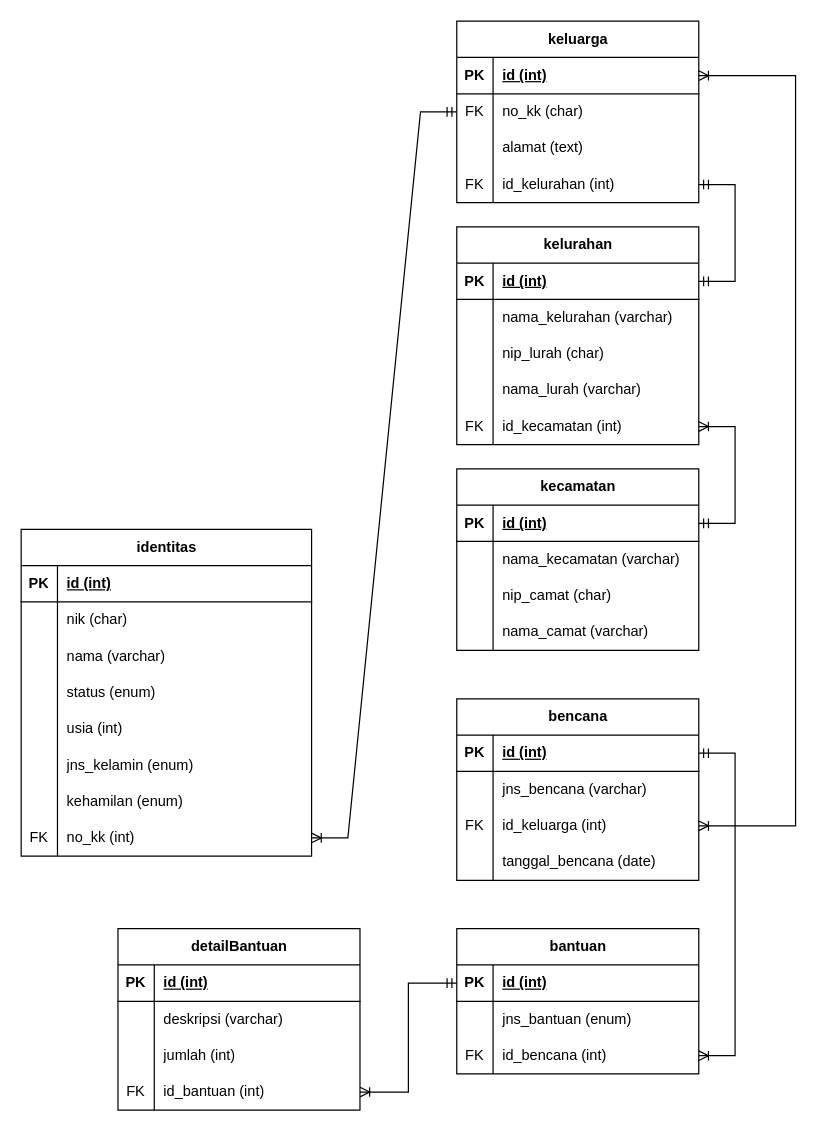
This is Dokumen Dasar/ERD.drawio from febrizuladhari/SuratBencana_TAGANA-Linjamsos-DinasSosial-MSIB6, a draw.io file, before an edit. Source tidied: cells renumbered, new cells numbered last; positions are measured from the earlier drawing's top-left corner, leaving out a move shared by most shapes. Both pictures are drawn from the tidied source at 121%, with x=0, y=0 at pixel (21, 21).
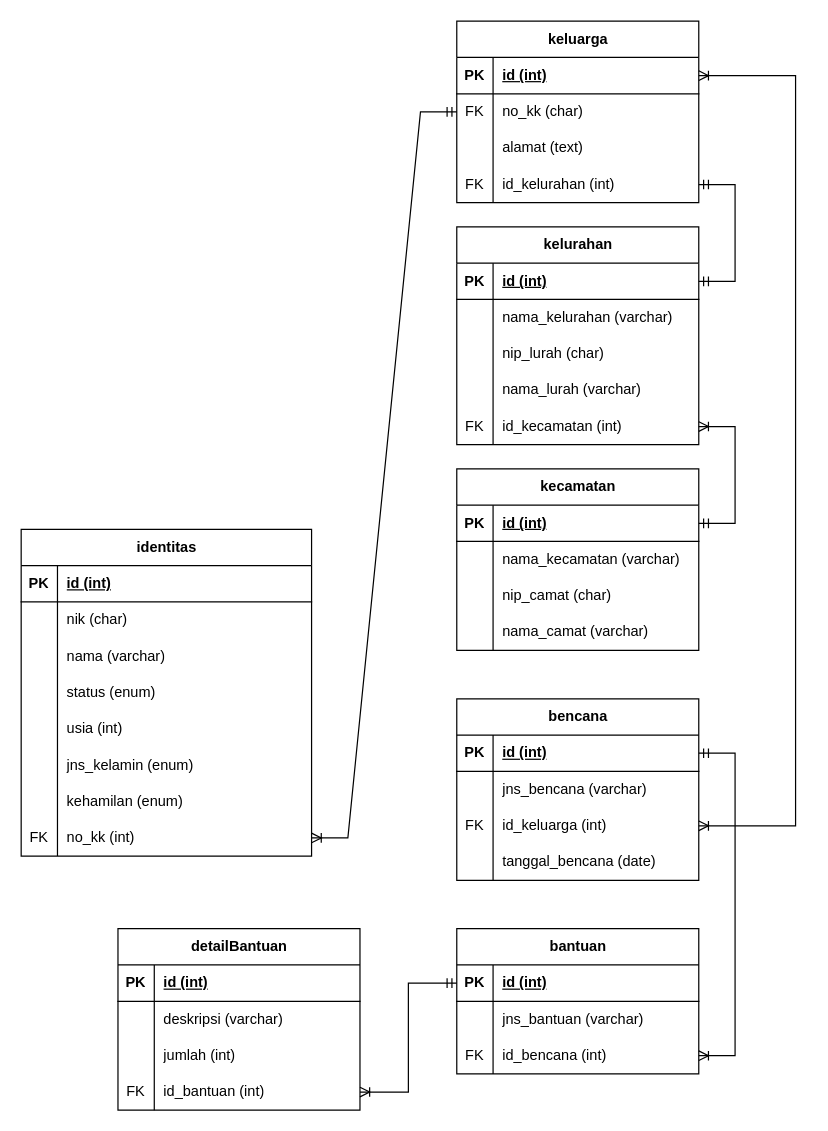
The same diagram, later.

Unchanged cells that the change refers to:
```xml
<mxCell id="60" style="shape=tableRow;horizontal=0;startSize=0;swimlaneHead=0;swimlaneBody=0;fillColor=none;top=0;left=0;right=0;bottom=0;" parent="56" vertex="1">
  <mxGeometry y="60" width="200" height="30" as="geometry" />
</mxCell>
```

Change to the diagram source:
```diff
@@
-    <mxCell id="62" value="jns_bantuan&amp;nbsp;(enum)" style="shape=partialRectangle;fillColor=none;top=0;left=0;bottom=0;right=0;align=left;spacingLeft=6;overflow=hidden;whiteSpace=wrap;html=1;" parent="60" vertex="1">
+    <mxCell id="62" value="jns_bantuan&amp;nbsp;(varchar)" style="shape=partialRectangle;fillColor=none;top=0;left=0;bottom=0;right=0;align=left;spacingLeft=6;overflow=hidden;whiteSpace=wrap;html=1;" parent="60" vertex="1">
       <mxGeometry x="30" width="170" height="30" as="geometry" />
     </mxCell>
```
